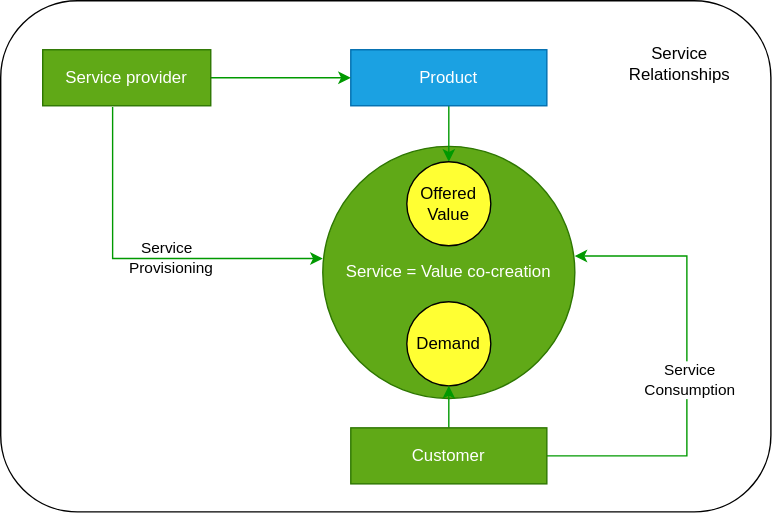
Before: 02. Service Management/Images/ITIL_ProductandService.svg, a diagram exported from draw.io (EnProxima/Experience). Source tidied: cells renumbered, new cells last; positions are measured from the earlier drawing's top-left corner, leaving out a move shared by most shapes.
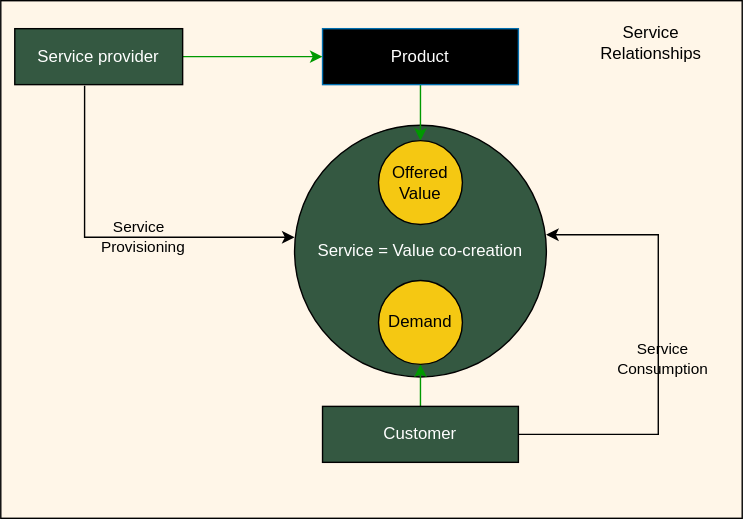
The same diagram one commit later.

The edit, as a diff of the source:
```diff
@@ -2,28 +2,28 @@
   <root>
     <mxCell id="0" />
     <mxCell id="1" parent="0" />
-    <mxCell id="2" style="rounded=1;whiteSpace=wrap;html=1;" parent="1" vertex="1">
-      <mxGeometry width="550" height="365" as="geometry" />
-    </mxCell>
+    <mxCell id="16" style="rounded=0;whiteSpace=wrap;html=1;labelBackgroundColor=none;fontColor=#FFF6E8;strokeColor=#000000;fillColor=#FFF6E8;" parent="1" vertex="1">
+      <mxGeometry x="20" y="15" width="530" height="370" as="geometry" />
+    </mxCell>
-    <mxCell id="3" value="Service = Value co-creation" style="ellipse;whiteSpace=wrap;html=1;labelBackgroundColor=none;fillColor=#60a917;strokeColor=#2D7600;fontColor=#ffffff;" parent="1" vertex="1">
+    <mxCell id="3" value="Service = Value co-creation" style="ellipse;whiteSpace=wrap;html=1;labelBackgroundColor=none;fontColor=#ffffff;fillColor=#345841;" parent="1" vertex="1">
       <mxGeometry x="230" y="104" width="180" height="180" as="geometry" />
     </mxCell>
     <mxCell id="4" style="edgeStyle=orthogonalEdgeStyle;rounded=0;jettySize=auto;html=1;entryX=0.5;entryY=0;entryDx=0;entryDy=0;labelBackgroundColor=none;strokeColor=#009900;" parent="1" edge="1" source="5" target="6">
       <mxGeometry relative="1" as="geometry" />
     </mxCell>
-    <mxCell id="5" value="Product" style="rounded=0;whiteSpace=wrap;html=1;labelBackgroundColor=none;fillColor=#1ba1e2;strokeColor=#006EAF;fontColor=#ffffff;" parent="1" vertex="1">
+    <mxCell id="5" value="Product" style="rounded=0;whiteSpace=wrap;html=1;labelBackgroundColor=none;strokeColor=#006EAF;fontColor=#ffffff;fillColor=#000000;" parent="1" vertex="1">
       <mxGeometry x="250" y="35" width="140" height="40" as="geometry" />
     </mxCell>
-    <mxCell id="6" value="Offered&lt;br&gt;Value" style="ellipse;whiteSpace=wrap;html=1;labelBackgroundColor=none;fillColor=#FFFF33;" parent="1" vertex="1">
+    <mxCell id="6" value="Offered&lt;br&gt;Value" style="ellipse;whiteSpace=wrap;html=1;labelBackgroundColor=none;fillColor=#F5C812;" parent="1" vertex="1">
       <mxGeometry x="290" y="115" width="60" height="60" as="geometry" />
     </mxCell>
-    <mxCell id="7" value="Demand" style="ellipse;whiteSpace=wrap;html=1;labelBackgroundColor=none;fillColor=#FFFF33;" parent="1" vertex="1">
+    <mxCell id="7" value="Demand" style="ellipse;whiteSpace=wrap;html=1;labelBackgroundColor=none;fillColor=#F5C812;" parent="1" vertex="1">
       <mxGeometry x="290" y="215" width="60" height="60" as="geometry" />
     </mxCell>
     <mxCell id="8" style="edgeStyle=orthogonalEdgeStyle;rounded=0;jettySize=auto;html=1;entryX=0.5;entryY=1;entryDx=0;entryDy=0;labelBackgroundColor=none;strokeColor=#009900;" parent="1" edge="1" source="11" target="7">
       <mxGeometry relative="1" as="geometry" />
     </mxCell>
-    <mxCell id="9" style="edgeStyle=orthogonalEdgeStyle;rounded=0;jettySize=auto;html=1;entryX=0.999;entryY=0.435;entryDx=0;entryDy=0;entryPerimeter=0;labelBackgroundColor=none;strokeColor=#009900;exitX=1;exitY=0.5;exitDx=0;exitDy=0;" parent="1" edge="1" source="11" target="3">
+    <mxCell id="9" style="edgeStyle=orthogonalEdgeStyle;rounded=0;jettySize=auto;html=1;entryX=0.999;entryY=0.435;entryDx=0;entryDy=0;entryPerimeter=0;labelBackgroundColor=none;exitX=1;exitY=0.5;exitDx=0;exitDy=0;" parent="1" edge="1" source="11" target="3">
       <mxGeometry relative="1" as="geometry">
         <Array as="points">
           <mxPoint x="490" y="325" />
@@ -31,19 +31,19 @@
         </Array>
       </mxGeometry>
     </mxCell>
-    <mxCell id="10" value="Service &lt;br&gt;Consumption" style="edgeLabel;html=1;align=center;verticalAlign=middle;" parent="9" vertex="1">
+    <mxCell id="10" value="Service &lt;br&gt;Consumption" style="edgeLabel;html=1;align=center;verticalAlign=middle;labelBackgroundColor=none;" parent="9" vertex="1">
       <mxGeometry x="-0.04" y="-2" relative="1" as="geometry" />
     </mxCell>
-    <mxCell id="11" value="Customer" style="rounded=0;whiteSpace=wrap;html=1;labelBackgroundColor=none;fillColor=#60a917;strokeColor=#2D7600;fontColor=#ffffff;" parent="1" vertex="1">
+    <mxCell id="11" value="Customer" style="rounded=0;whiteSpace=wrap;html=1;labelBackgroundColor=none;fontColor=#ffffff;fillColor=#345841;" parent="1" vertex="1">
       <mxGeometry x="250" y="305" width="140" height="40" as="geometry" />
     </mxCell>
     <mxCell id="12" style="edgeStyle=orthogonalEdgeStyle;rounded=0;jettySize=auto;html=1;entryX=0;entryY=0.5;entryDx=0;entryDy=0;labelBackgroundColor=none;strokeColor=#009900;" parent="1" edge="1" source="14" target="5">
       <mxGeometry relative="1" as="geometry" />
     </mxCell>
-    <mxCell id="13" value="Service&amp;nbsp;&lt;br&gt;&amp;nbsp;Provisioning" style="edgeStyle=orthogonalEdgeStyle;rounded=0;jettySize=auto;html=1;entryX=0;entryY=0.445;entryDx=0;entryDy=0;entryPerimeter=0;labelBackgroundColor=none;strokeColor=#009900;exitX=0.416;exitY=1.022;exitDx=0;exitDy=0;exitPerimeter=0;" parent="1" edge="1" source="14" target="3">
+    <mxCell id="13" value="Service&amp;nbsp;&lt;br&gt;&amp;nbsp;Provisioning" style="edgeStyle=orthogonalEdgeStyle;rounded=0;jettySize=auto;html=1;entryX=0;entryY=0.445;entryDx=0;entryDy=0;entryPerimeter=0;labelBackgroundColor=none;exitX=0.416;exitY=1.022;exitDx=0;exitDy=0;exitPerimeter=0;" parent="1" edge="1" source="14" target="3">
       <mxGeometry x="0.15" relative="1" as="geometry" />
     </mxCell>
-    <mxCell id="14" value="Service provider" style="rounded=0;whiteSpace=wrap;html=1;labelBackgroundColor=none;fillColor=#60a917;strokeColor=#2D7600;fontColor=#ffffff;" parent="1" vertex="1">
+    <mxCell id="14" value="Service provider" style="rounded=0;whiteSpace=wrap;html=1;labelBackgroundColor=none;fontColor=#ffffff;fillColor=#345841;" parent="1" vertex="1">
       <mxGeometry x="30" y="35" width="120" height="40" as="geometry" />
     </mxCell>
     <mxCell id="15" value="Service Relationships" style="text;html=1;strokeColor=none;fillColor=none;align=center;verticalAlign=middle;whiteSpace=wrap;rounded=0;labelBackgroundColor=none;" parent="1" vertex="1">
```
